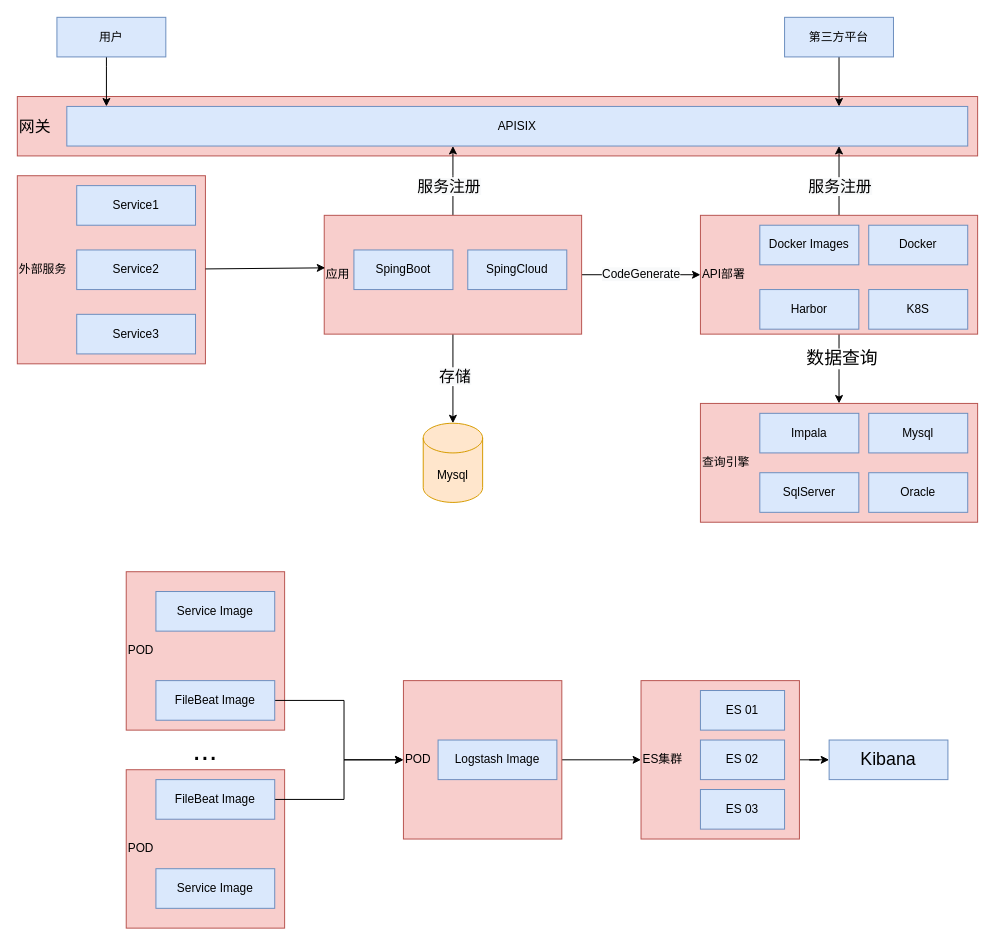
EvenGui/atlas_cn keeps this draw.io diagram as Untitled Diagram.drawio. Above is the earlier version. Source tidied: cells renumbered, new cells numbered last; positions are measured from the earlier drawing's top-left corner, leaving out a move shared by most shapes. Both pictures are drawn from the tidied source at 99%, with x=0, y=0 at pixel (17, 17).
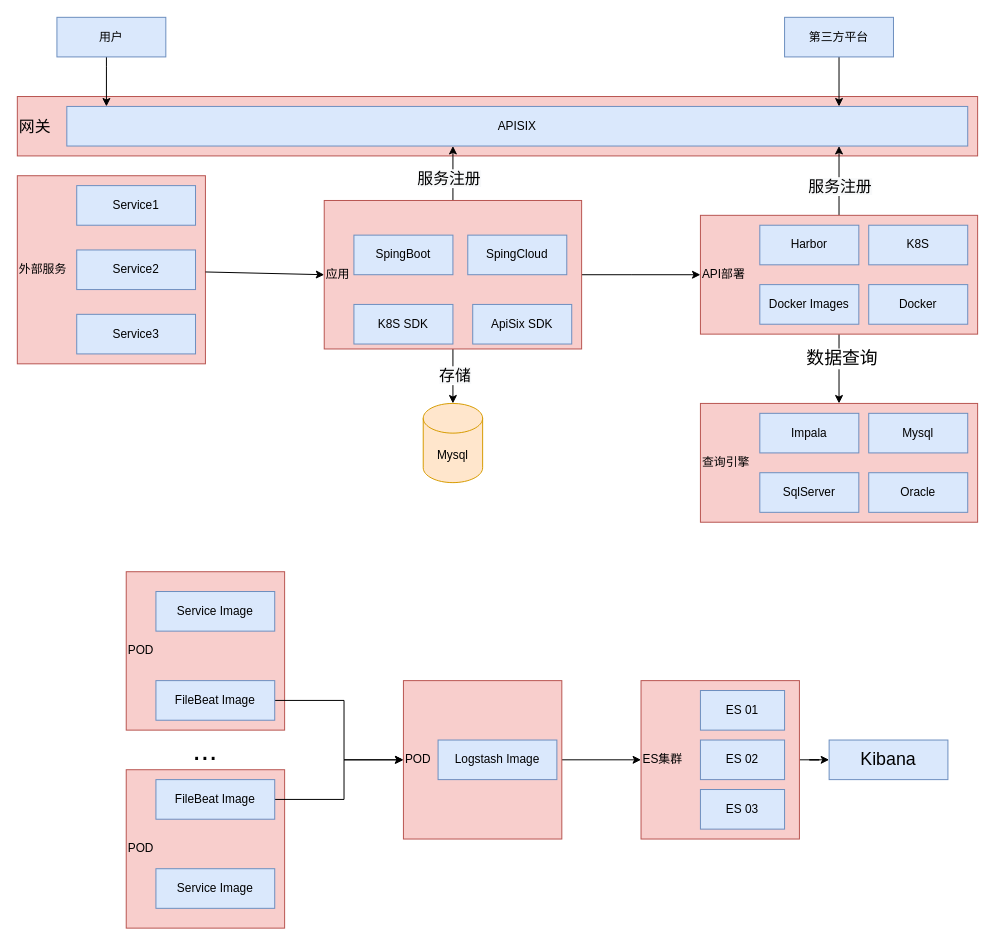
The same page after the edit.

The change refers to these unchanged cells:
```xml
<mxCell id="8" value="&lt;div&gt;&lt;span&gt;外部服务&lt;/span&gt;&lt;/div&gt;" style="whiteSpace=wrap;html=1;align=left;fillColor=#f8cecc;strokeColor=#b85450;" parent="1" vertex="1">
  <mxGeometry y="160" width="190" height="190" as="geometry" />
</mxCell>
<mxCell id="22" value="API部署" style="rounded=0;whiteSpace=wrap;html=1;fillColor=#f8cecc;strokeColor=#b85450;align=left;" parent="1" vertex="1">
  <mxGeometry x="690" y="200" width="280" height="120" as="geometry" />
</mxCell>
```

Diff of the diagram source:
```diff
@@
-    <mxCell id="12" value="&lt;span style=&quot;font-size: 12px ; background-color: rgb(248 , 249 , 250)&quot;&gt;CodeGenerate&lt;/span&gt;" style="edgeStyle=orthogonalEdgeStyle;rounded=0;jettySize=auto;html=1;" parent="1" edge="1" source="17" target="22">
-      <mxGeometry relative="1" as="geometry" />
+    <mxCell id="12" style="edgeStyle=orthogonalEdgeStyle;rounded=0;jettySize=auto;html=1;" parent="1" edge="1" source="17" target="22">
+      <mxGeometry relative="1" as="geometry">
+        <Array as="points">
+          <mxPoint x="620" y="260" />
+          <mxPoint x="620" y="260" />
+        </Array>
+      </mxGeometry>
     </mxCell>
@@
     <mxCell id="17" value="应用" style="rounded=0;whiteSpace=wrap;html=1;align=left;fillColor=#f8cecc;strokeColor=#b85450;" parent="1" vertex="1">
-      <mxGeometry x="310" y="200" width="260" height="120" as="geometry" />
+      <mxGeometry x="310" y="185" width="260" height="150" as="geometry" />
     </mxCell>
@@
     <mxCell id="23" value="SpingBoot" style="rounded=0;whiteSpace=wrap;html=1;fillColor=#dae8fc;strokeColor=#6c8ebf;" parent="1" vertex="1">
-      <mxGeometry x="340" y="235" width="100" height="40" as="geometry" />
+      <mxGeometry x="340" y="220" width="100" height="40" as="geometry" />
     </mxCell>
     <mxCell id="24" value="SpingCloud" style="rounded=0;whiteSpace=wrap;html=1;fillColor=#dae8fc;strokeColor=#6c8ebf;" parent="1" vertex="1">
-      <mxGeometry x="455" y="235" width="100" height="40" as="geometry" />
+      <mxGeometry x="455" y="220" width="100" height="40" as="geometry" />
     </mxCell>
     <mxCell id="25" value="Docker" style="rounded=0;whiteSpace=wrap;html=1;fillColor=#dae8fc;strokeColor=#6c8ebf;" parent="1" vertex="1">
-      <mxGeometry x="860" y="210" width="100" height="40" as="geometry" />
+      <mxGeometry x="860" y="270" width="100" height="40" as="geometry" />
     </mxCell>
     <mxCell id="26" value="Docker Images" style="rounded=0;whiteSpace=wrap;html=1;fillColor=#dae8fc;strokeColor=#6c8ebf;" parent="1" vertex="1">
-      <mxGeometry x="750" y="210" width="100" height="40" as="geometry" />
+      <mxGeometry x="750" y="270" width="100" height="40" as="geometry" />
     </mxCell>
     <mxCell id="27" value="K8S" style="rounded=0;whiteSpace=wrap;html=1;fillColor=#dae8fc;strokeColor=#6c8ebf;" parent="1" vertex="1">
-      <mxGeometry x="860" y="275" width="100" height="40" as="geometry" />
+      <mxGeometry x="860" y="210" width="100" height="40" as="geometry" />
     </mxCell>
     <mxCell id="28" value="Harbor" style="rounded=0;whiteSpace=wrap;html=1;fillColor=#dae8fc;strokeColor=#6c8ebf;" parent="1" vertex="1">
-      <mxGeometry x="750" y="275" width="100" height="40" as="geometry" />
+      <mxGeometry x="750" y="210" width="100" height="40" as="geometry" />
     </mxCell>
     <mxCell id="29" value="Mysql" style="shape=cylinder3;whiteSpace=wrap;html=1;boundedLbl=1;backgroundOutline=1;size=15;fillColor=#ffe6cc;strokeColor=#d79b00;" parent="1" vertex="1">
-      <mxGeometry x="410" y="410" width="60" height="80" as="geometry" />
+      <mxGeometry x="410" y="390" width="60" height="80" as="geometry" />
     </mxCell>
@@
-    <mxCell id="35" style="endArrow=classic;html=1;entryX=0.004;entryY=0.442;entryDx=0;entryDy=0;entryPerimeter=0;" parent="1" edge="1" source="8" target="17">
-      <mxGeometry relative="1" as="geometry" />
+    <mxCell id="35" style="endArrow=classic;html=1;" parent="1" edge="1" source="8">
+      <mxGeometry relative="1" as="geometry">
+        <mxPoint x="310" y="260" as="targetPoint" />
+        <Array as="points">
+          <mxPoint x="310" y="260" />
+        </Array>
+      </mxGeometry>
     </mxCell>
@@
+    <mxCell id="55" value="K8S SDK" style="rounded=0;whiteSpace=wrap;html=1;fillColor=#dae8fc;strokeColor=#6c8ebf;" parent="1" vertex="1">
+      <mxGeometry x="340" y="290" width="100" height="40" as="geometry" />
+    </mxCell>
+    <mxCell id="56" value="ApiSix SDK" style="rounded=0;whiteSpace=wrap;html=1;fillColor=#dae8fc;strokeColor=#6c8ebf;" parent="1" vertex="1">
+      <mxGeometry x="460" y="290" width="100" height="40" as="geometry" />
+    </mxCell>
```
